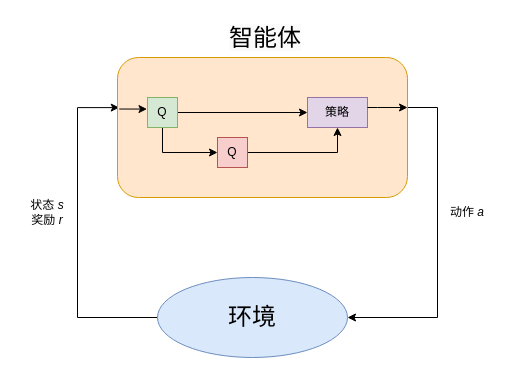
Before: drawings/MACTD-single-agent.drawio in qaeeqaeqr/BS, a draw.io diagram. Source tidied: cells renumbered, new cells numbered last; positions are measured from the earlier drawing's top-left corner, leaving out a move shared by most shapes. Both pictures are drawn from the tidied source at 100%, with x=0, y=0 at pixel (17, 17).
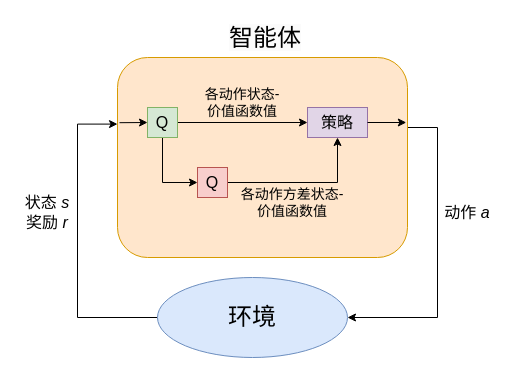
The same diagram, later.

The change refers to these unchanged cells:
```xml
<mxCell id="3" value="&lt;font style=&quot;font-size: 24px;&quot;&gt;环境&lt;/font&gt;" style="ellipse;whiteSpace=wrap;html=1;fillColor=#dae8fc;strokeColor=#6c8ebf;" parent="1" vertex="1">
  <mxGeometry x="140" y="260" width="190" height="80" as="geometry" />
</mxCell>
```

What changed in the source:
```diff
@@
-    <mxCell id="2" style="edgeStyle=orthogonalEdgeStyle;rounded=0;jettySize=auto;html=1;exitX=0;exitY=0.5;exitDx=0;exitDy=0;entryX=0.006;entryY=0.358;entryDx=0;entryDy=0;entryPerimeter=0;" parent="1" edge="1" source="3" target="5">
+    <mxCell id="2" style="edgeStyle=orthogonalEdgeStyle;rounded=0;jettySize=auto;html=1;exitX=0;exitY=0.5;exitDx=0;exitDy=0;entryX=0;entryY=0.333;entryDx=0;entryDy=0;entryPerimeter=0;" parent="1" edge="1" source="3" target="5">
       <mxGeometry relative="1" as="geometry">
         <Array as="points">
           <mxPoint x="60" y="300" />
-          <mxPoint x="60" y="90" />
+          <mxPoint x="60" y="107" />
+          <mxPoint x="100" y="107" />
         </Array>
       </mxGeometry>
     </mxCell>
@@
     <mxCell id="4" style="edgeStyle=orthogonalEdgeStyle;rounded=0;jettySize=auto;html=1;exitX=1;exitY=0.5;exitDx=0;exitDy=0;entryX=1;entryY=0.5;entryDx=0;entryDy=0;" parent="1" edge="1" source="5" target="3">
       <mxGeometry relative="1" as="geometry">
         <Array as="points">
-          <mxPoint x="420" y="90" />
+          <mxPoint x="390" y="110" />
+          <mxPoint x="420" y="110" />
           <mxPoint x="420" y="300" />
         </Array>
       </mxGeometry>
     </mxCell>
     <mxCell id="5" style="rounded=1;whiteSpace=wrap;html=1;fillColor=#ffe6cc;strokeColor=#d79b00;" parent="1" vertex="1">
-      <mxGeometry x="100" y="40" width="290" height="140" as="geometry" />
+      <mxGeometry x="100" y="40" width="290" height="200" as="geometry" />
     </mxCell>
-    <mxCell id="6" value="动作 &lt;i&gt;a&lt;/i&gt;" style="text;html=1;align=center;verticalAlign=middle;whiteSpace=wrap;rounded=0;" parent="1" vertex="1">
+    <mxCell id="6" value="动作 &lt;i&gt;a&lt;/i&gt;" style="text;html=1;align=center;verticalAlign=middle;whiteSpace=wrap;rounded=0;fontSize=16;" parent="1" vertex="1">
       <mxGeometry x="420" y="180" width="60" height="30" as="geometry" />
     </mxCell>
-    <mxCell id="7" value="状态 &lt;i&gt;s&lt;/i&gt;&lt;div&gt;奖励&lt;i&gt; r&lt;/i&gt;&lt;/div&gt;" style="text;html=1;align=center;verticalAlign=middle;whiteSpace=wrap;rounded=0;" parent="1" vertex="1">
+    <mxCell id="7" value="状态 &lt;i&gt;s&lt;/i&gt;&lt;div&gt;奖励&lt;i&gt; r&lt;/i&gt;&lt;/div&gt;" style="text;html=1;align=center;verticalAlign=middle;whiteSpace=wrap;rounded=0;fontSize=16;" parent="1" vertex="1">
       <mxGeometry y="180" width="60" height="30" as="geometry" />
     </mxCell>
@@
-    <mxCell id="11" value="Q" style="rounded=0;whiteSpace=wrap;html=1;fillColor=#d5e8d4;strokeColor=#82b366;" parent="1" vertex="1">
-      <mxGeometry x="130" y="80" width="30" height="30" as="geometry" />
+    <mxCell id="11" value="Q" style="rounded=0;whiteSpace=wrap;html=1;fillColor=#d5e8d4;strokeColor=#82b366;fontSize=16;" parent="1" vertex="1">
+      <mxGeometry x="130" y="90" width="30" height="30" as="geometry" />
     </mxCell>
-    <mxCell id="12" style="endArrow=classic;html=1;rounded=0;exitX=0.006;exitY=0.368;exitDx=0;exitDy=0;exitPerimeter=0;entryX=-0.017;entryY=0.386;entryDx=0;entryDy=0;entryPerimeter=0;" parent="1" edge="1" source="5" target="11">
-      <mxGeometry relative="1" as="geometry" />
-    </mxCell>
@@
-    <mxCell id="14" value="Q" style="rounded=0;whiteSpace=wrap;html=1;fillColor=#f8cecc;strokeColor=#b85450;" parent="1" vertex="1">
-      <mxGeometry x="200" y="120" width="30" height="30" as="geometry" />
+    <mxCell id="14" value="Q" style="rounded=0;whiteSpace=wrap;html=1;fillColor=#f8cecc;strokeColor=#b85450;fontSize=16;" parent="1" vertex="1">
+      <mxGeometry x="180" y="150" width="30" height="30" as="geometry" />
     </mxCell>
-    <mxCell id="15" value="策略" style="rounded=0;whiteSpace=wrap;html=1;fillColor=#e1d5e7;strokeColor=#9673a6;" parent="1" vertex="1">
-      <mxGeometry x="290" y="80" width="60" height="30" as="geometry" />
+    <mxCell id="15" value="策略" style="rounded=0;whiteSpace=wrap;html=1;fillColor=#e1d5e7;strokeColor=#9673a6;fontSize=16;" parent="1" vertex="1">
+      <mxGeometry x="290" y="90" width="60" height="30" as="geometry" />
     </mxCell>
-    <mxCell id="16" style="edgeStyle=orthogonalEdgeStyle;rounded=0;orthogonalLoop=1;jettySize=auto;html=1;" parent="1" edge="1">
-      <mxGeometry relative="1" as="geometry">
-        <mxPoint x="350" y="90" as="sourcePoint" />
-        <mxPoint x="390" y="90" as="targetPoint" />
-        <Array as="points">
-          <mxPoint x="360" y="90" />
-          <mxPoint x="360" y="90" />
-        </Array>
-      </mxGeometry>
-    </mxCell>
+    <mxCell id="17" value="各动作状态-价值函数值" style="text;html=1;align=center;verticalAlign=middle;whiteSpace=wrap;rounded=0;fontSize=14;" parent="1" vertex="1">
+      <mxGeometry x="180" y="70" width="90" height="30" as="geometry" />
+    </mxCell>
+    <mxCell id="18" value="各动作方差状态-价值函数值" style="text;html=1;align=center;verticalAlign=middle;whiteSpace=wrap;rounded=0;fontSize=14;" parent="1" vertex="1">
+      <mxGeometry x="220" y="170" width="110" height="30" as="geometry" />
+    </mxCell>
+    <mxCell id="19" style="edgeStyle=orthogonalEdgeStyle;rounded=0;jettySize=auto;html=1;exitX=1;exitY=0.5;exitDx=0;exitDy=0;entryX=0.996;entryY=0.329;entryDx=0;entryDy=0;entryPerimeter=0;" parent="1" edge="1" source="15" target="5">
+      <mxGeometry relative="1" as="geometry" />
+    </mxCell>
+    <mxCell id="12" style="endArrow=classic;html=1;rounded=0;entryX=0;entryY=0.5;entryDx=0;entryDy=0;exitX=0.007;exitY=0.326;exitDx=0;exitDy=0;exitPerimeter=0;" parent="1" edge="1" source="5" target="11">
+      <mxGeometry relative="1" as="geometry" />
+    </mxCell>
```
